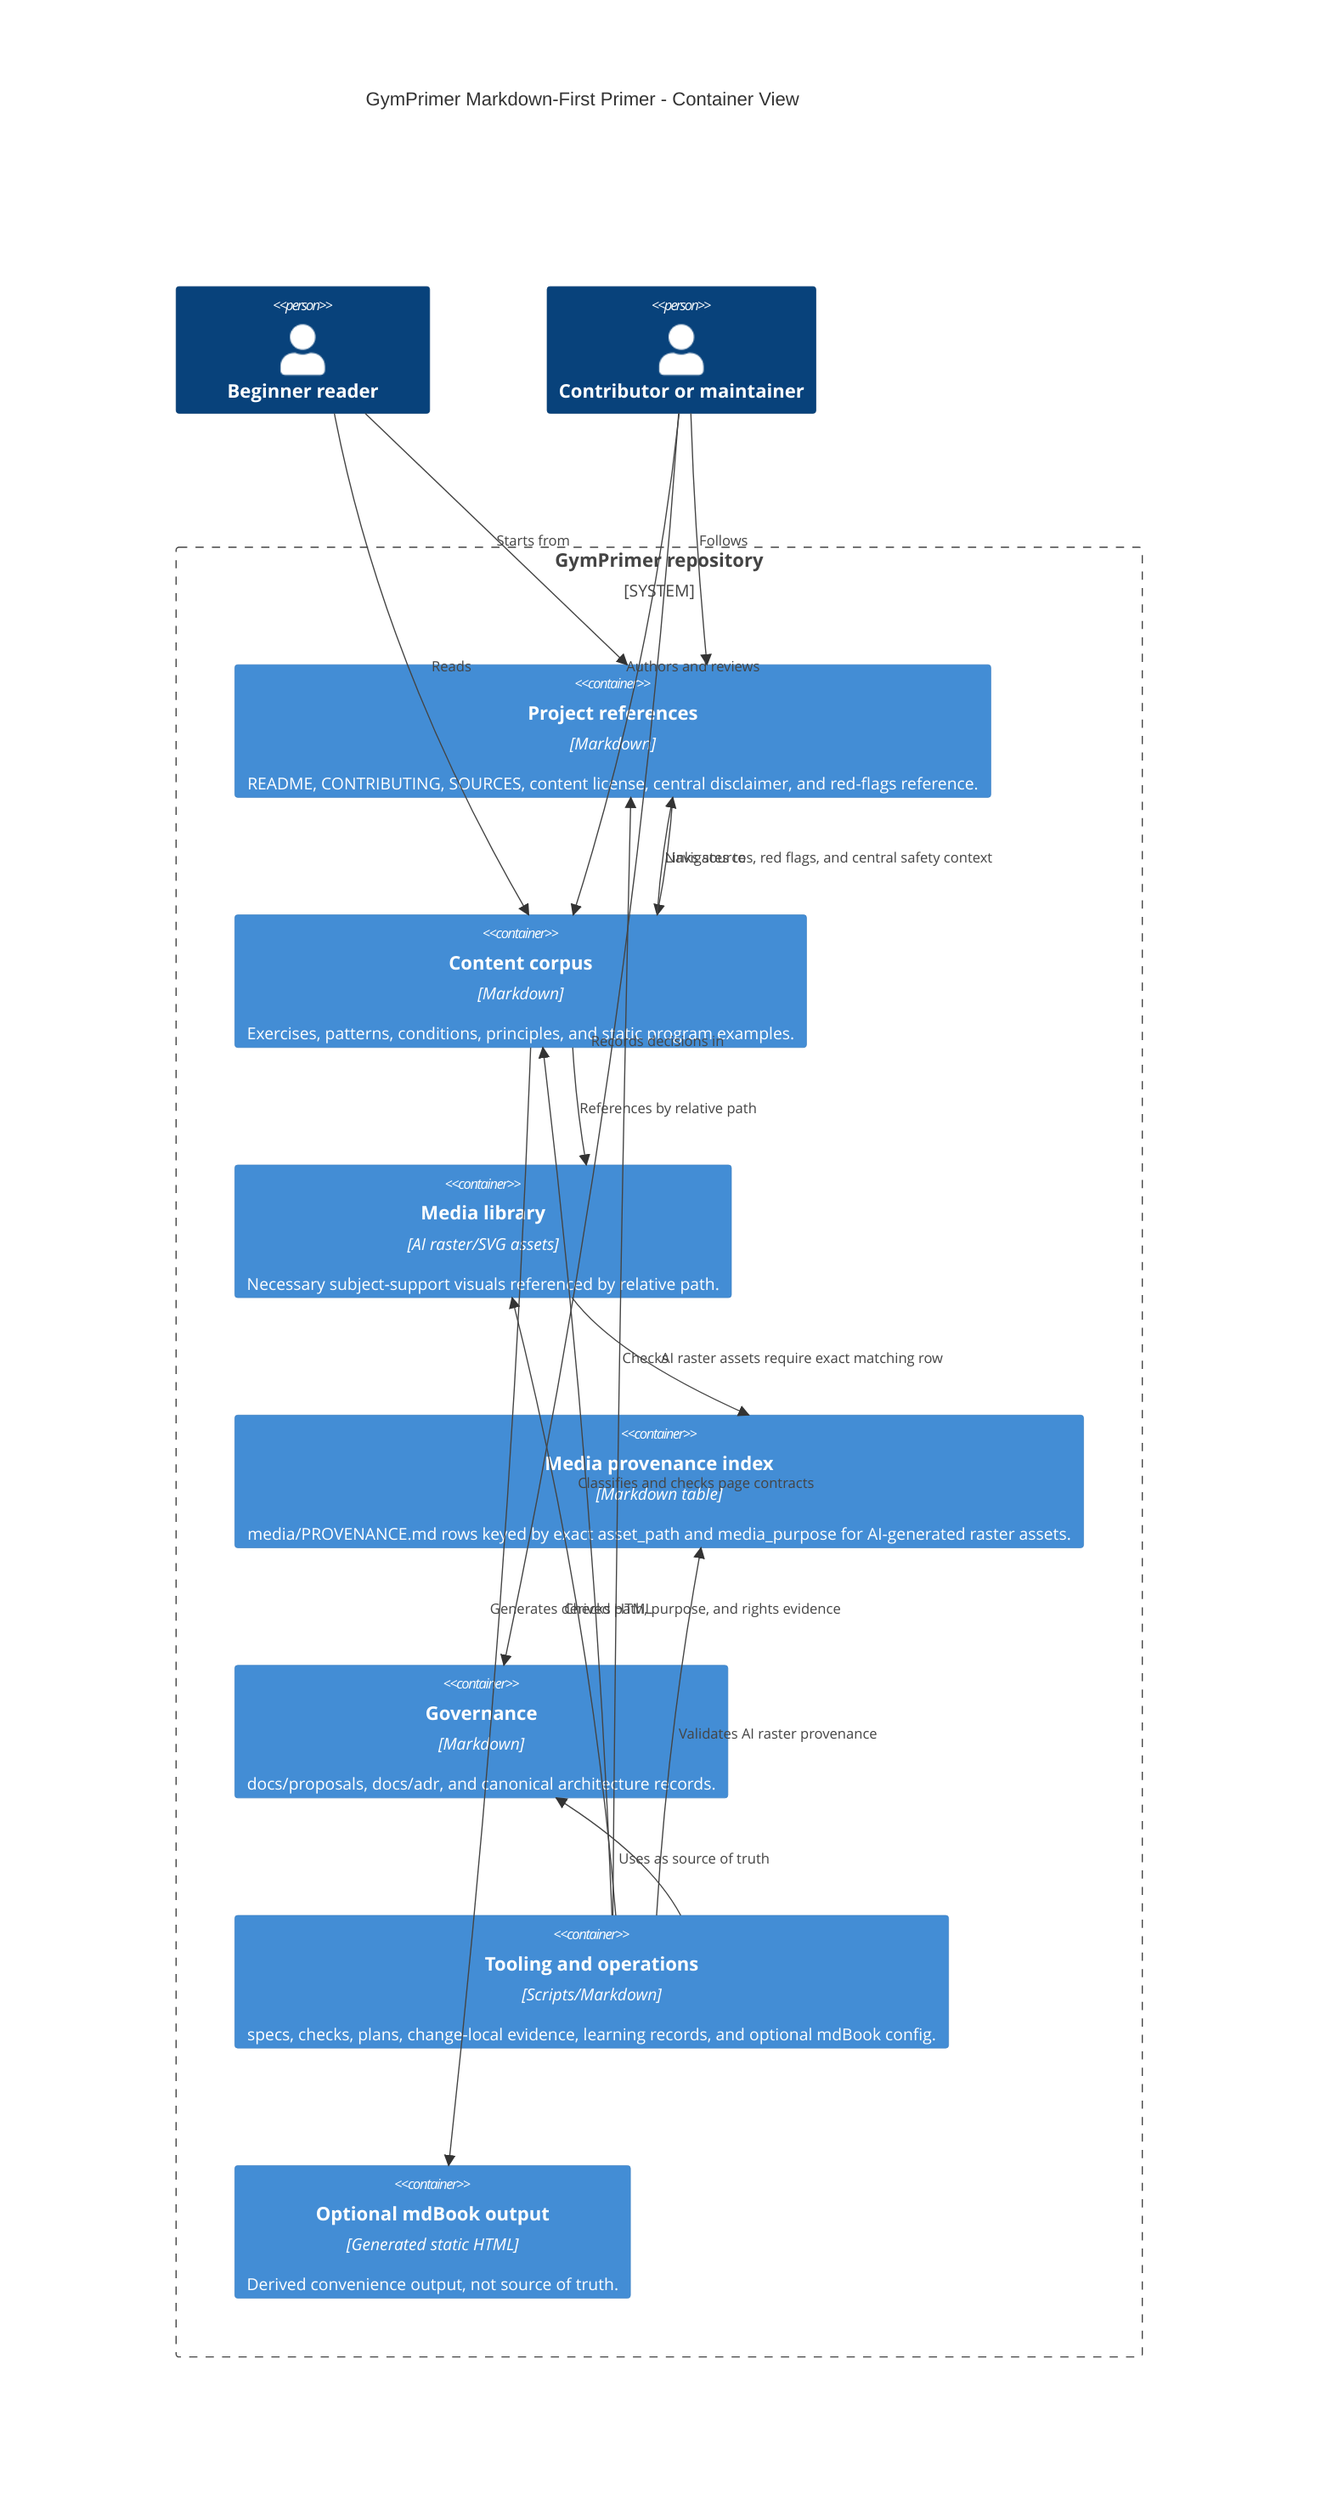
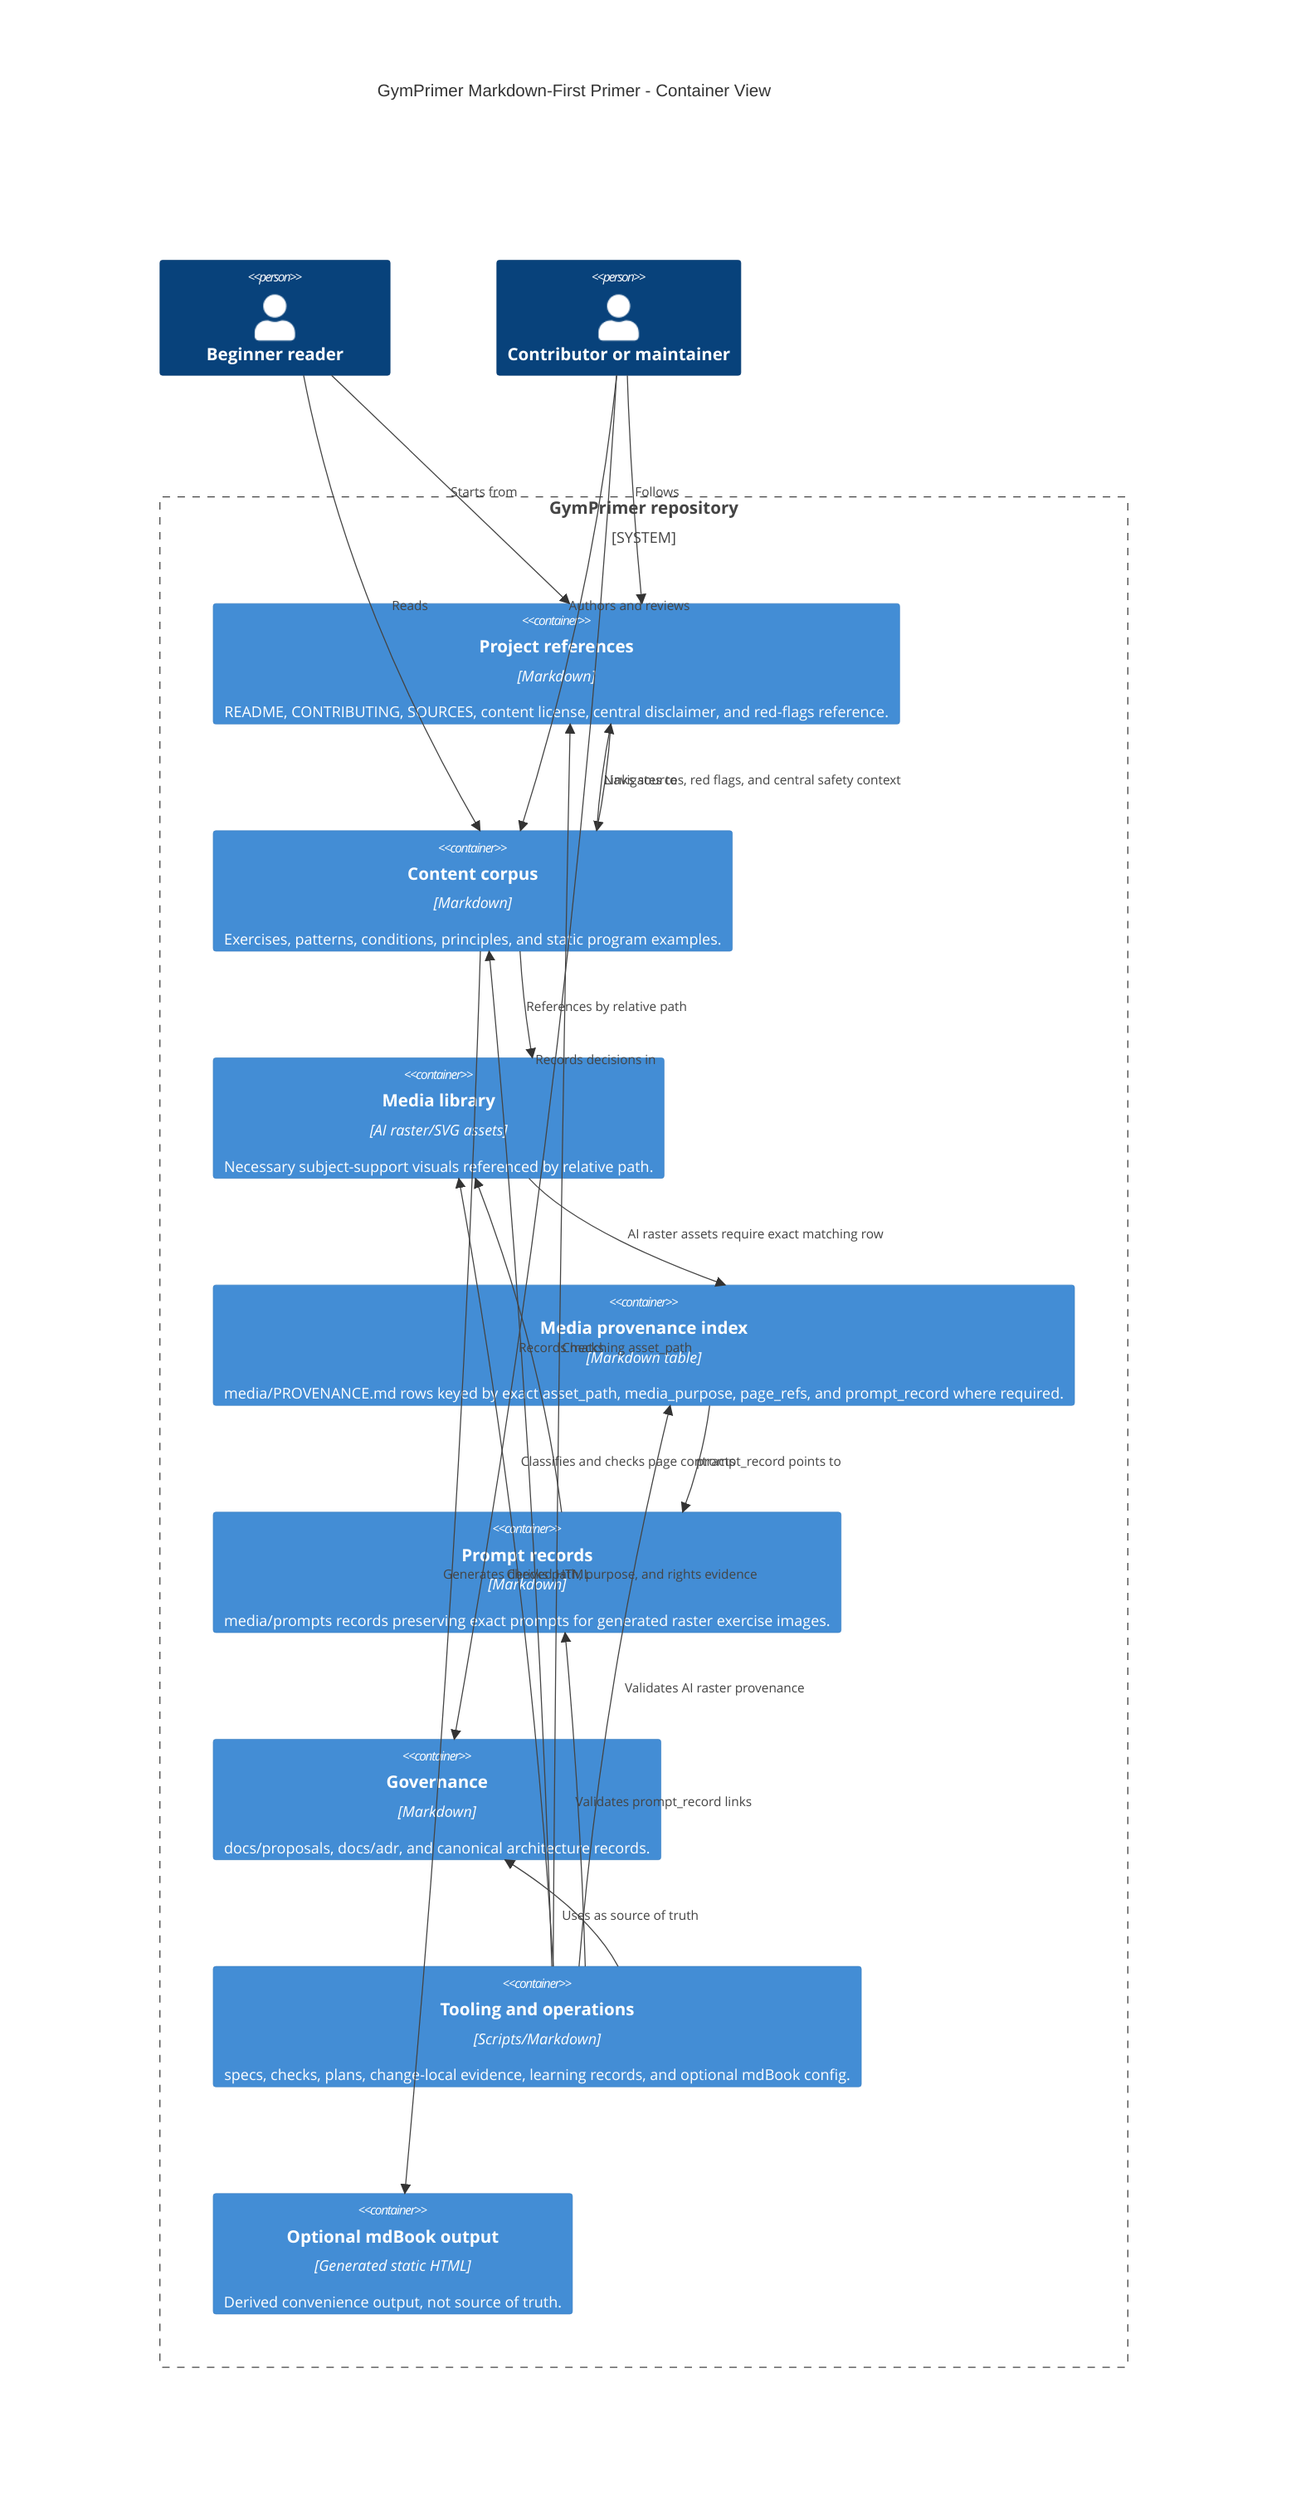
C4Container
  title GymPrimer Markdown-First Primer - Container View

  Person(beginner, "Beginner reader")
  Person(contributor, "Contributor or maintainer")

  System_Boundary(repo, "GymPrimer repository") {
    Container(refs, "Project references", "Markdown", "README, CONTRIBUTING, SOURCES, content license, central disclaimer, and red-flags reference.")
    Container(content, "Content corpus", "Markdown", "Exercises, patterns, conditions, principles, and static program examples.")
    Container(media, "Media library", "AI raster/SVG assets", "Necessary subject-support visuals referenced by relative path.")
-     Container(provenance, "Media provenance index", "Markdown table", "media/PROVENANCE.md rows keyed by exact asset_path and media_purpose for AI-generated raster assets.")
+     Container(provenance, "Media provenance index", "Markdown table", "media/PROVENANCE.md rows keyed by exact asset_path, media_purpose, page_refs, and prompt_record where required.")
+     Container(prompt_records, "Prompt records", "Markdown", "media/prompts records preserving exact prompts for generated raster exercise images.")
    Container(governance, "Governance", "Markdown", "docs/proposals, docs/adr, and canonical architecture records.")
    Container(ops, "Tooling and operations", "Scripts/Markdown", "specs, checks, plans, change-local evidence, learning records, and optional mdBook config.")
    Container(book, "Optional mdBook output", "Generated static HTML", "Derived convenience output, not source of truth.")
  }

  Rel(beginner, refs, "Starts from")
  Rel(beginner, content, "Reads")
  Rel(contributor, refs, "Follows")
  Rel(contributor, content, "Authors and reviews")
  Rel(contributor, governance, "Records decisions in")
  Rel(refs, content, "Navigates to")
  Rel(content, refs, "Links sources, red flags, and central safety context")
  Rel(content, media, "References by relative path")
  Rel(ops, provenance, "Validates AI raster provenance")
+   Rel(ops, prompt_records, "Validates prompt_record links")
  Rel(ops, refs, "Checks")
  Rel(ops, content, "Classifies and checks page contracts")
  Rel(ops, governance, "Uses as source of truth")
  Rel(ops, media, "Checks path, purpose, and rights evidence")
  Rel(media, provenance, "AI raster assets require exact matching row")
+   Rel(provenance, prompt_records, "prompt_record points to")
+   Rel(prompt_records, media, "Records matching asset_path")
  Rel(content, book, "Generates derived HTML")
